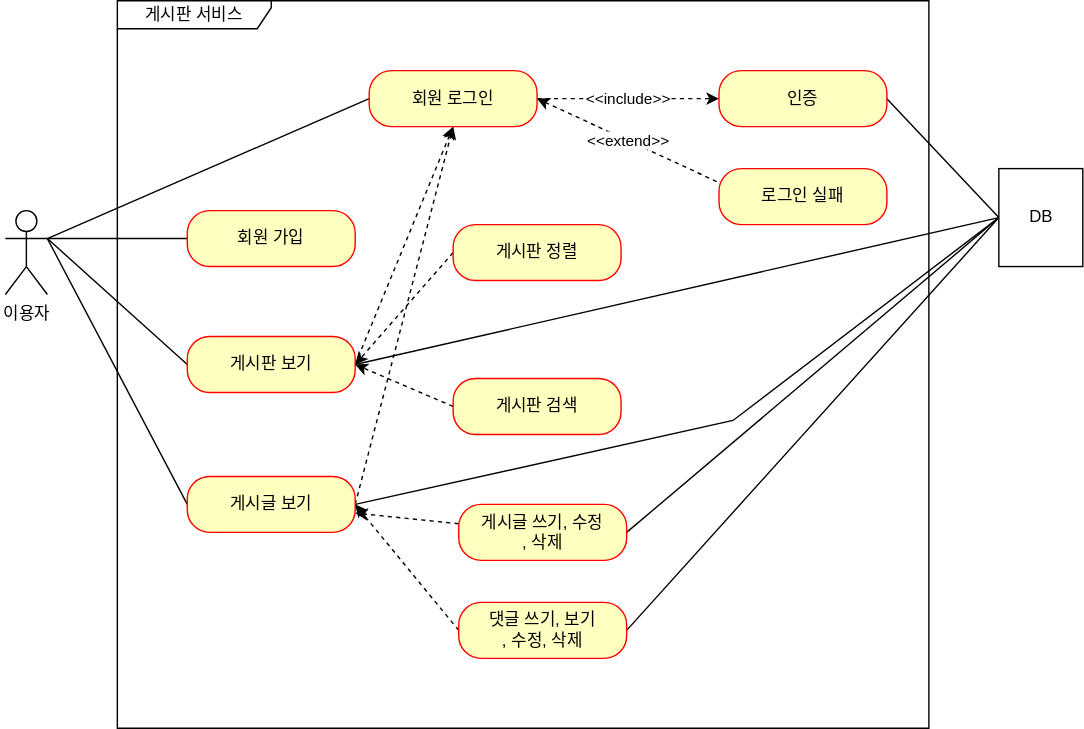
Before: document/use-case.svg, a diagram exported from draw.io (jsc5023/boardProject). Source tidied: cells renumbered, new cells last; positions are measured from the earlier drawing's top-left corner, leaving out a move shared by most shapes.
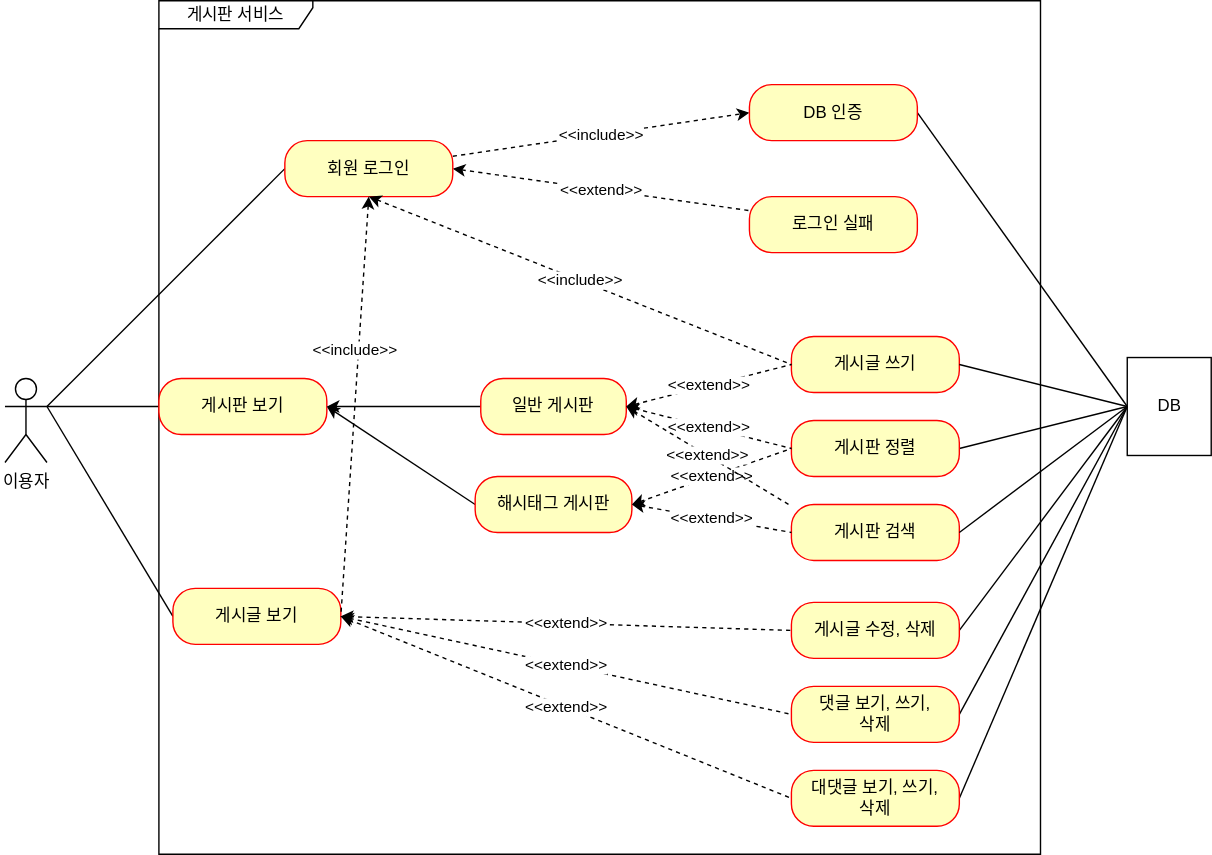
After the change.

Commit message:
use-case.svg 현재 서비스에 맞춰 업데이트

What changed in the source:
```diff
@@ -6,41 +6,19 @@
       <mxGeometry y="150" width="30" height="60" as="geometry" />
     </mxCell>
     <mxCell id="3" value="게시판 서비스" style="shape=umlFrame;whiteSpace=wrap;html=1;width=110;height=20;" parent="1" vertex="1">
-      <mxGeometry x="80" width="580" height="520" as="geometry" />
+      <mxGeometry x="110" y="-120" width="630" height="610" as="geometry" />
     </mxCell>
-    <mxCell id="4" style="rounded=0;jettySize=auto;html=1;entryX=1;entryY=0.3333333333333333;entryDx=0;entryDy=0;entryPerimeter=0;exitX=0;exitY=0.5;exitDx=0;exitDy=0;endArrow=none;endFill=0;" parent="1" edge="1" source="5" target="2">
-      <mxGeometry relative="1" as="geometry" />
-    </mxCell>
-    <mxCell id="5" value="회원 가입" style="rounded=1;whiteSpace=wrap;html=1;arcSize=40;fontColor=#000000;fillColor=#ffffc0;strokeColor=#ff0000;" parent="1" vertex="1">
-      <mxGeometry x="130" y="150" width="120" height="40" as="geometry" />
-    </mxCell>
     <mxCell id="6" style="edgeStyle=none;rounded=0;jettySize=auto;html=1;entryX=1;entryY=0.3333333333333333;entryDx=0;entryDy=0;entryPerimeter=0;endArrow=none;endFill=0;exitX=0;exitY=0.5;exitDx=0;exitDy=0;" parent="1" edge="1" source="9" target="2">
       <mxGeometry relative="1" as="geometry" />
     </mxCell>
-    <mxCell id="7" style="edgeStyle=none;rounded=0;jettySize=auto;html=1;entryX=0.5;entryY=1;entryDx=0;entryDy=0;dashed=1;startArrow=none;startFill=0;endArrow=classic;endFill=1;exitX=1;exitY=0.5;exitDx=0;exitDy=0;" parent="1" edge="1" source="9" target="17">
-      <mxGeometry relative="1" as="geometry" />
-    </mxCell>
-    <mxCell id="8" style="edgeStyle=none;rounded=0;jettySize=auto;html=1;exitX=1;exitY=0.5;exitDx=0;exitDy=0;entryX=0;entryY=0.5;entryDx=0;entryDy=0;startArrow=none;startFill=0;endArrow=none;endFill=0;" parent="1" edge="1" source="9" target="31">
-      <mxGeometry relative="1" as="geometry" />
-    </mxCell>
     <mxCell id="9" value="게시판 보기" style="rounded=1;whiteSpace=wrap;html=1;arcSize=40;fontColor=#000000;fillColor=#ffffc0;strokeColor=#ff0000;" parent="1" vertex="1">
-      <mxGeometry x="130" y="240" width="120" height="40" as="geometry" />
+      <mxGeometry x="110" y="150" width="120" height="40" as="geometry" />
     </mxCell>
     <mxCell id="10" style="edgeStyle=none;rounded=0;jettySize=auto;html=1;entryX=1;entryY=0.3333333333333333;entryDx=0;entryDy=0;entryPerimeter=0;endArrow=none;endFill=0;exitX=0;exitY=0.5;exitDx=0;exitDy=0;" parent="1" edge="1" source="13" target="2">
       <mxGeometry relative="1" as="geometry" />
     </mxCell>
-    <mxCell id="11" style="edgeStyle=none;rounded=0;jettySize=auto;html=1;entryX=0.5;entryY=1;entryDx=0;entryDy=0;dashed=1;startArrow=none;startFill=0;endArrow=classic;endFill=1;exitX=1;exitY=0.5;exitDx=0;exitDy=0;" parent="1" edge="1" source="13" target="17">
-      <mxGeometry relative="1" as="geometry" />
-    </mxCell>
-    <mxCell id="12" style="edgeStyle=none;rounded=0;jettySize=auto;html=1;entryX=0;entryY=0.5;entryDx=0;entryDy=0;startArrow=none;startFill=0;endArrow=none;endFill=0;exitX=1;exitY=0.5;exitDx=0;exitDy=0;" parent="1" edge="1" source="13" target="31">
-      <mxGeometry relative="1" as="geometry">
-        <Array as="points">
-          <mxPoint x="520" y="300" />
-        </Array>
-      </mxGeometry>
-    </mxCell>
     <mxCell id="13" value="게시글 보기" style="rounded=1;whiteSpace=wrap;html=1;arcSize=40;fontColor=#000000;fillColor=#ffffc0;strokeColor=#ff0000;" parent="1" vertex="1">
-      <mxGeometry x="130" y="340" width="120" height="40" as="geometry" />
+      <mxGeometry x="120" y="300" width="120" height="40" as="geometry" />
     </mxCell>
     <mxCell id="14" style="edgeStyle=none;rounded=0;jettySize=auto;html=1;entryX=1;entryY=0.3333333333333333;entryDx=0;entryDy=0;entryPerimeter=0;endArrow=none;endFill=0;exitX=0;exitY=0.5;exitDx=0;exitDy=0;" parent="1" edge="1" source="17" target="2">
       <mxGeometry relative="1" as="geometry" />
@@ -52,52 +30,107 @@
       <mxGeometry relative="1" as="geometry" />
     </mxCell>
     <mxCell id="17" value="회원 로그인" style="rounded=1;whiteSpace=wrap;html=1;arcSize=40;fontColor=#000000;fillColor=#ffffc0;strokeColor=#ff0000;" parent="1" vertex="1">
-      <mxGeometry x="260" y="50" width="120" height="40" as="geometry" />
+      <mxGeometry x="200" y="-20" width="120" height="40" as="geometry" />
     </mxCell>
     <mxCell id="18" style="edgeStyle=none;rounded=0;jettySize=auto;html=1;entryX=0;entryY=0.5;entryDx=0;entryDy=0;startArrow=none;startFill=0;endArrow=none;endFill=0;exitX=1;exitY=0.5;exitDx=0;exitDy=0;" parent="1" edge="1" source="19" target="31">
       <mxGeometry relative="1" as="geometry" />
     </mxCell>
-    <mxCell id="19" value="인증" style="rounded=1;whiteSpace=wrap;html=1;arcSize=40;fontColor=#000000;fillColor=#ffffc0;strokeColor=#ff0000;" parent="1" vertex="1">
-      <mxGeometry x="510" y="50" width="120" height="40" as="geometry" />
+    <mxCell id="19" value="DB 인증" style="rounded=1;whiteSpace=wrap;html=1;arcSize=40;fontColor=#000000;fillColor=#ffffc0;strokeColor=#ff0000;" parent="1" vertex="1">
+      <mxGeometry x="532" y="-60" width="120" height="40" as="geometry" />
     </mxCell>
     <mxCell id="20" value="로그인 실패" style="rounded=1;whiteSpace=wrap;html=1;arcSize=40;fontColor=#000000;fillColor=#ffffc0;strokeColor=#ff0000;" parent="1" vertex="1">
-      <mxGeometry x="510" y="120" width="120" height="40" as="geometry" />
+      <mxGeometry x="532" y="20" width="120" height="40" as="geometry" />
     </mxCell>
-    <mxCell id="21" style="edgeStyle=none;rounded=0;jettySize=auto;html=1;entryX=1;entryY=0.5;entryDx=0;entryDy=0;dashed=1;startArrow=none;startFill=0;endArrow=classic;endFill=1;exitX=0;exitY=0.5;exitDx=0;exitDy=0;" parent="1" edge="1" source="22" target="9">
-      <mxGeometry relative="1" as="geometry" />
-    </mxCell>
-    <mxCell id="22" value="게시판 정렬" style="rounded=1;whiteSpace=wrap;html=1;arcSize=40;fontColor=#000000;fillColor=#ffffc0;strokeColor=#ff0000;" parent="1" vertex="1">
-      <mxGeometry x="320" y="160" width="120" height="40" as="geometry" />
+    <mxCell id="22" value="게시글 쓰기" style="rounded=1;whiteSpace=wrap;html=1;arcSize=40;fontColor=#000000;fillColor=#ffffc0;strokeColor=#ff0000;" parent="1" vertex="1">
+      <mxGeometry x="562" y="120" width="120" height="40" as="geometry" />
     </mxCell>
-    <mxCell id="23" style="edgeStyle=none;rounded=0;jettySize=auto;html=1;entryX=1;entryY=0.5;entryDx=0;entryDy=0;dashed=1;startArrow=none;startFill=0;endArrow=classic;endFill=1;exitX=0;exitY=0.5;exitDx=0;exitDy=0;" parent="1" edge="1" source="24" target="9">
+    <mxCell id="23" style="rounded=0;jettySize=auto;html=1;entryX=1;entryY=0.5;entryDx=0;entryDy=0;exitX=0;exitY=0.5;exitDx=0;exitDy=0;" parent="1" edge="1" source="24" target="9">
       <mxGeometry relative="1" as="geometry" />
     </mxCell>
-    <mxCell id="24" value="게시판 검색" style="rounded=1;whiteSpace=wrap;html=1;arcSize=40;fontColor=#000000;fillColor=#ffffc0;strokeColor=#ff0000;" parent="1" vertex="1">
-      <mxGeometry x="320" y="270" width="120" height="40" as="geometry" />
+    <mxCell id="24" value="해시태그 게시판" style="rounded=1;whiteSpace=wrap;html=1;arcSize=40;fontColor=#000000;fillColor=#ffffc0;strokeColor=#ff0000;" parent="1" vertex="1">
+      <mxGeometry x="336" y="220" width="112" height="40" as="geometry" />
     </mxCell>
-    <mxCell id="25" style="edgeStyle=none;rounded=0;jettySize=auto;html=1;dashed=1;startArrow=none;startFill=0;endArrow=classic;endFill=1;" parent="1" edge="1" source="27" target="13">
-      <mxGeometry relative="1" as="geometry" />
-    </mxCell>
-    <mxCell id="26" style="edgeStyle=none;rounded=0;jettySize=auto;html=1;entryX=0;entryY=0.5;entryDx=0;entryDy=0;startArrow=none;startFill=0;endArrow=none;endFill=0;exitX=1;exitY=0.5;exitDx=0;exitDy=0;" parent="1" edge="1" source="27" target="31">
+    <mxCell id="26" style="edgeStyle=none;rounded=0;jettySize=auto;html=1;entryX=0;entryY=0.5;entryDx=0;entryDy=0;startArrow=none;startFill=0;endArrow=none;endFill=0;exitX=1;exitY=0.5;exitDx=0;exitDy=0;" parent="1" edge="1" source="41" target="31">
       <mxGeometry relative="1" as="geometry" />
     </mxCell>
-    <mxCell id="27" value="게시글 쓰기, 수정&lt;br&gt;, 삭제" style="rounded=1;whiteSpace=wrap;html=1;arcSize=40;fontColor=#000000;fillColor=#ffffc0;strokeColor=#ff0000;" parent="1" vertex="1">
-      <mxGeometry x="324" y="360" width="120" height="40" as="geometry" />
-    </mxCell>
-    <mxCell id="28" style="edgeStyle=none;rounded=0;jettySize=auto;html=1;entryX=1;entryY=0.5;entryDx=0;entryDy=0;dashed=1;startArrow=none;startFill=0;endArrow=classic;endFill=1;exitX=0;exitY=0.5;exitDx=0;exitDy=0;" parent="1" edge="1" source="30" target="13">
-      <mxGeometry relative="1" as="geometry" />
-    </mxCell>
-    <mxCell id="29" style="edgeStyle=none;rounded=0;jettySize=auto;html=1;entryX=0;entryY=0.5;entryDx=0;entryDy=0;startArrow=none;startFill=0;endArrow=none;endFill=0;exitX=1;exitY=0.5;exitDx=0;exitDy=0;" parent="1" edge="1" source="30" target="31">
+    <mxCell id="29" style="edgeStyle=none;rounded=0;jettySize=auto;html=1;entryX=0;entryY=0.5;entryDx=0;entryDy=0;startArrow=none;startFill=0;endArrow=none;endFill=0;exitX=1;exitY=0.5;exitDx=0;exitDy=0;" parent="1" edge="1" source="38" target="31">
       <mxGeometry relative="1" as="geometry" />
     </mxCell>
-    <mxCell id="30" value="댓글 쓰기, 보기&lt;br&gt;, 수정, 삭제" style="rounded=1;whiteSpace=wrap;html=1;arcSize=40;fontColor=#000000;fillColor=#ffffc0;strokeColor=#ff0000;" parent="1" vertex="1">
-      <mxGeometry x="324" y="430" width="120" height="40" as="geometry" />
-    </mxCell>
     <mxCell id="31" value="DB" style="html=1;" parent="1" vertex="1">
-      <mxGeometry x="710" y="120" width="60" height="70" as="geometry" />
+      <mxGeometry x="802" y="135" width="60" height="70" as="geometry" />
     </mxCell>
-    <mxCell id="32" style="edgeStyle=none;rounded=0;orthogonalLoop=1;jettySize=auto;html=1;exitX=0.5;exitY=0;exitDx=0;exitDy=0;startArrow=none;startFill=0;endArrow=classic;endFill=1;" parent="1" edge="1" source="27" target="27">
-      <mxGeometry relative="1" as="geometry" />
+    <mxCell id="32" style="edgeStyle=none;rounded=0;orthogonalLoop=1;jettySize=auto;html=1;exitX=0.5;exitY=0;exitDx=0;exitDy=0;startArrow=none;startFill=0;endArrow=classic;endFill=1;" parent="1" edge="1">
+      <mxGeometry relative="1" as="geometry">
+        <mxPoint x="384" y="360" as="sourcePoint" />
+        <mxPoint x="384" y="360" as="targetPoint" />
+      </mxGeometry>
     </mxCell>
+    <mxCell id="33" style="edgeStyle=orthogonalEdgeStyle;rounded=0;jettySize=auto;html=1;entryX=1;entryY=0.5;entryDx=0;entryDy=0;" parent="1" edge="1" source="34" target="9">
+      <mxGeometry relative="1" as="geometry" />
+    </mxCell>
+    <mxCell id="34" value="일반 게시판" style="rounded=1;whiteSpace=wrap;html=1;arcSize=40;fontColor=#000000;fillColor=#ffffc0;strokeColor=#ff0000;" parent="1" vertex="1">
+      <mxGeometry x="340" y="150" width="104" height="40" as="geometry" />
+    </mxCell>
+    <mxCell id="35" style="edgeStyle=none;rounded=0;jettySize=auto;html=1;entryX=0;entryY=0.5;entryDx=0;entryDy=0;startArrow=none;startFill=0;endArrow=none;endFill=0;exitX=1;exitY=0.5;exitDx=0;exitDy=0;" parent="1" edge="1" source="22" target="31">
+      <mxGeometry relative="1" as="geometry" />
+    </mxCell>
+    <mxCell id="36" value="&amp;lt;&amp;lt;include&amp;gt;&amp;gt;" style="edgeStyle=none;rounded=0;jettySize=auto;html=1;entryX=0;entryY=0.5;entryDx=0;entryDy=0;endArrow=none;endFill=0;dashed=1;startArrow=classic;startFill=1;exitX=0.5;exitY=1;exitDx=0;exitDy=0;" parent="1" edge="1" source="17" target="22">
+      <mxGeometry relative="1" as="geometry" />
+    </mxCell>
+    <mxCell id="37" value="&amp;lt;&amp;lt;extend&amp;gt;&amp;gt;" style="edgeStyle=none;rounded=0;jettySize=auto;html=1;exitX=1;exitY=0.5;exitDx=0;exitDy=0;entryX=0;entryY=0.5;entryDx=0;entryDy=0;endArrow=none;endFill=0;dashed=1;startArrow=classic;startFill=1;" parent="1" edge="1" source="34" target="22">
+      <mxGeometry relative="1" as="geometry" />
+    </mxCell>
+    <mxCell id="38" value="게시판 정렬" style="rounded=1;whiteSpace=wrap;html=1;arcSize=40;fontColor=#000000;fillColor=#ffffc0;strokeColor=#ff0000;" parent="1" vertex="1">
+      <mxGeometry x="562" y="180" width="120" height="40" as="geometry" />
+    </mxCell>
+    <mxCell id="39" value="&amp;lt;&amp;lt;extend&amp;gt;&amp;gt;" style="edgeStyle=none;rounded=0;jettySize=auto;html=1;entryX=0;entryY=0.5;entryDx=0;entryDy=0;endArrow=none;endFill=0;dashed=1;startArrow=classic;startFill=1;exitX=1;exitY=0.5;exitDx=0;exitDy=0;" parent="1" edge="1" source="34" target="38">
+      <mxGeometry relative="1" as="geometry" />
+    </mxCell>
+    <mxCell id="40" value="게시판 검색" style="rounded=1;whiteSpace=wrap;html=1;arcSize=40;fontColor=#000000;fillColor=#ffffc0;strokeColor=#ff0000;" parent="1" vertex="1">
+      <mxGeometry x="562" y="240" width="120" height="40" as="geometry" />
+    </mxCell>
+    <mxCell id="41" value="게시글 수정, 삭제" style="rounded=1;whiteSpace=wrap;html=1;arcSize=40;fontColor=#000000;fillColor=#ffffc0;strokeColor=#ff0000;" parent="1" vertex="1">
+      <mxGeometry x="562" y="310" width="120" height="40" as="geometry" />
+    </mxCell>
+    <mxCell id="42" style="edgeStyle=none;rounded=0;jettySize=auto;html=1;entryX=0;entryY=0.5;entryDx=0;entryDy=0;startArrow=none;startFill=0;endArrow=none;endFill=0;exitX=1;exitY=0.5;exitDx=0;exitDy=0;" parent="1" edge="1" source="40" target="31">
+      <mxGeometry relative="1" as="geometry" />
+    </mxCell>
+    <mxCell id="43" value="&amp;lt;&amp;lt;extend&amp;gt;&amp;gt;" style="edgeStyle=none;rounded=0;jettySize=auto;html=1;entryX=0;entryY=0.5;entryDx=0;entryDy=0;endArrow=none;endFill=0;dashed=1;startArrow=classic;startFill=1;exitX=1;exitY=0.5;exitDx=0;exitDy=0;" parent="1" edge="1" source="24" target="40">
+      <mxGeometry relative="1" as="geometry" />
+    </mxCell>
+    <mxCell id="44" value="&amp;lt;&amp;lt;extend&amp;gt;&amp;gt;" style="edgeStyle=none;rounded=0;jettySize=auto;html=1;exitX=1;exitY=0.5;exitDx=0;exitDy=0;entryX=0;entryY=0.5;entryDx=0;entryDy=0;endArrow=none;endFill=0;dashed=1;startArrow=classic;startFill=1;" parent="1" edge="1" source="13" target="41">
+      <mxGeometry relative="1" as="geometry" />
+    </mxCell>
+    <mxCell id="45" style="edgeStyle=none;rounded=0;jettySize=auto;html=1;entryX=0;entryY=0.5;entryDx=0;entryDy=0;startArrow=none;startFill=0;endArrow=none;endFill=0;exitX=1;exitY=0.5;exitDx=0;exitDy=0;" parent="1" edge="1" source="46" target="31">
+      <mxGeometry relative="1" as="geometry" />
+    </mxCell>
+    <mxCell id="46" value="댓글 보기, 쓰기,&lt;br&gt;삭제" style="rounded=1;whiteSpace=wrap;html=1;arcSize=40;fontColor=#000000;fillColor=#ffffc0;strokeColor=#ff0000;" parent="1" vertex="1">
+      <mxGeometry x="562" y="370" width="120" height="40" as="geometry" />
+    </mxCell>
+    <mxCell id="47" value="&amp;lt;&amp;lt;extend&amp;gt;&amp;gt;" style="edgeStyle=none;rounded=0;jettySize=auto;html=1;exitX=1;exitY=0.5;exitDx=0;exitDy=0;entryX=0;entryY=0.5;entryDx=0;entryDy=0;endArrow=none;endFill=0;dashed=1;startArrow=classic;startFill=1;" parent="1" edge="1" source="13" target="46">
+      <mxGeometry relative="1" as="geometry" />
+    </mxCell>
+    <mxCell id="48" style="edgeStyle=none;rounded=0;jettySize=auto;html=1;entryX=0;entryY=0.5;entryDx=0;entryDy=0;startArrow=none;startFill=0;endArrow=none;endFill=0;exitX=1;exitY=0.5;exitDx=0;exitDy=0;" parent="1" edge="1" source="49" target="31">
+      <mxGeometry relative="1" as="geometry" />
+    </mxCell>
+    <mxCell id="49" value="대댓글 보기, 쓰기,&lt;br&gt;삭제" style="rounded=1;whiteSpace=wrap;html=1;arcSize=40;fontColor=#000000;fillColor=#ffffc0;strokeColor=#ff0000;" parent="1" vertex="1">
+      <mxGeometry x="562" y="430" width="120" height="40" as="geometry" />
+    </mxCell>
+    <mxCell id="50" value="&amp;lt;&amp;lt;extend&amp;gt;&amp;gt;" style="edgeStyle=none;rounded=0;jettySize=auto;html=1;exitX=1;exitY=0.5;exitDx=0;exitDy=0;entryX=0;entryY=0.5;entryDx=0;entryDy=0;endArrow=none;endFill=0;dashed=1;startArrow=classic;startFill=1;" parent="1" edge="1" source="13" target="49">
+      <mxGeometry relative="1" as="geometry" />
+    </mxCell>
+    <mxCell id="51" value="&amp;lt;&amp;lt;include&amp;gt;&amp;gt;" style="edgeStyle=none;rounded=0;jettySize=auto;html=1;entryX=1;entryY=0.5;entryDx=0;entryDy=0;endArrow=none;endFill=0;dashed=1;startArrow=classic;startFill=1;" parent="1" edge="1" target="13">
+      <mxGeometry x="-0.27" y="-3" relative="1" as="geometry">
+        <mxPoint x="260" y="20" as="sourcePoint" />
+      </mxGeometry>
+    </mxCell>
+    <mxCell id="52" value="&amp;lt;&amp;lt;extend&amp;gt;&amp;gt;" style="edgeStyle=none;rounded=0;jettySize=auto;html=1;entryX=0;entryY=0.5;entryDx=0;entryDy=0;endArrow=none;endFill=0;dashed=1;startArrow=classic;startFill=1;exitX=1;exitY=0.5;exitDx=0;exitDy=0;" parent="1" edge="1" source="24" target="38">
+      <mxGeometry relative="1" as="geometry" />
+    </mxCell>
+    <mxCell id="53" value="&amp;lt;&amp;lt;extend&amp;gt;&amp;gt;" style="edgeStyle=none;rounded=0;jettySize=auto;html=1;endArrow=none;endFill=0;dashed=1;startArrow=classic;startFill=1;exitX=1;exitY=0.5;exitDx=0;exitDy=0;" parent="1" edge="1" source="34">
+      <mxGeometry relative="1" as="geometry">
+        <mxPoint x="560" y="240" as="targetPoint" />
+      </mxGeometry>
+    </mxCell>
   </root>
 </mxGraphModel>
```
